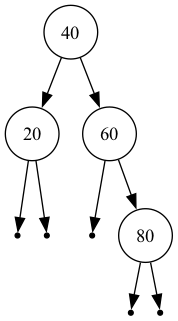
Above: tree.png in SharQawyCS/Optimal-Binary-Search-Tree (Graphviz), before the change. Its source is kept beside it as tree.dot.
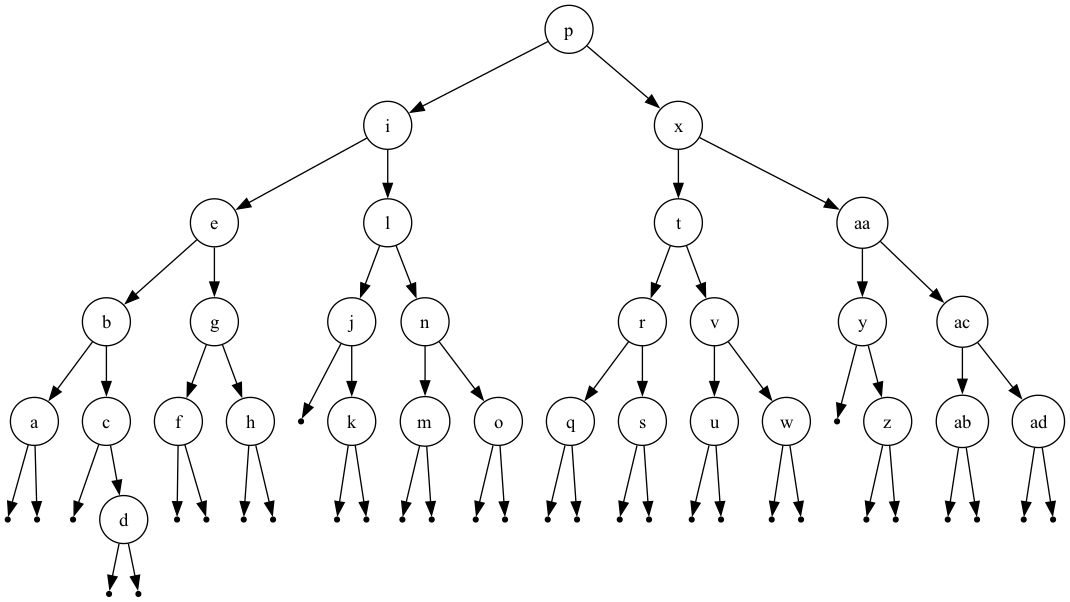
Later version of the same file.

Diff of the diagram source:
```diff
@@ -1,16 +1,94 @@
 digraph OBST {
   node [shape=circle];
-  "40" -> "20";
+  "p" -> "i";
+  "i" -> "e";
+  "e" -> "b";
+  "b" -> "a";
   null0 [shape=point];
-  "20" -> null0;
+  "a" -> null0;
   null1 [shape=point];
-  "20" -> null1;
-  "40" -> "60";
+  "a" -> null1;
+  "b" -> "c";
   null2 [shape=point];
-  "60" -> null2;
-  "60" -> "80";
+  "c" -> null2;
+  "c" -> "d";
   null3 [shape=point];
-  "80" -> null3;
+  "d" -> null3;
   null4 [shape=point];
-  "80" -> null4;
+  "d" -> null4;
+  "e" -> "g";
+  "g" -> "f";
+  null5 [shape=point];
+  "f" -> null5;
+  null6 [shape=point];
+  "f" -> null6;
+  "g" -> "h";
+  null7 [shape=point];
+  "h" -> null7;
+  null8 [shape=point];
+  "h" -> null8;
+  "i" -> "l";
+  "l" -> "j";
+  null9 [shape=point];
+  "j" -> null9;
+  "j" -> "k";
+  null10 [shape=point];
+  "k" -> null10;
+  null11 [shape=point];
+  "k" -> null11;
+  "l" -> "n";
+  "n" -> "m";
+  null12 [shape=point];
+  "m" -> null12;
+  null13 [shape=point];
+  "m" -> null13;
+  "n" -> "o";
+  null14 [shape=point];
+  "o" -> null14;
+  null15 [shape=point];
+  "o" -> null15;
+  "p" -> "x";
+  "x" -> "t";
+  "t" -> "r";
+  "r" -> "q";
+  null16 [shape=point];
+  "q" -> null16;
+  null17 [shape=point];
+  "q" -> null17;
+  "r" -> "s";
+  null18 [shape=point];
+  "s" -> null18;
+  null19 [shape=point];
+  "s" -> null19;
+  "t" -> "v";
+  "v" -> "u";
+  null20 [shape=point];
+  "u" -> null20;
+  null21 [shape=point];
+  "u" -> null21;
+  "v" -> "w";
+  null22 [shape=point];
+  "w" -> null22;
+  null23 [shape=point];
+  "w" -> null23;
+  "x" -> "aa";
+  "aa" -> "y";
+  null24 [shape=point];
+  "y" -> null24;
+  "y" -> "z";
+  null25 [shape=point];
+  "z" -> null25;
+  null26 [shape=point];
+  "z" -> null26;
+  "aa" -> "ac";
+  "ac" -> "ab";
+  null27 [shape=point];
+  "ab" -> null27;
+  null28 [shape=point];
+  "ab" -> null28;
+  "ac" -> "ad";
+  null29 [shape=point];
+  "ad" -> null29;
+  null30 [shape=point];
+  "ad" -> null30;
 }
```
